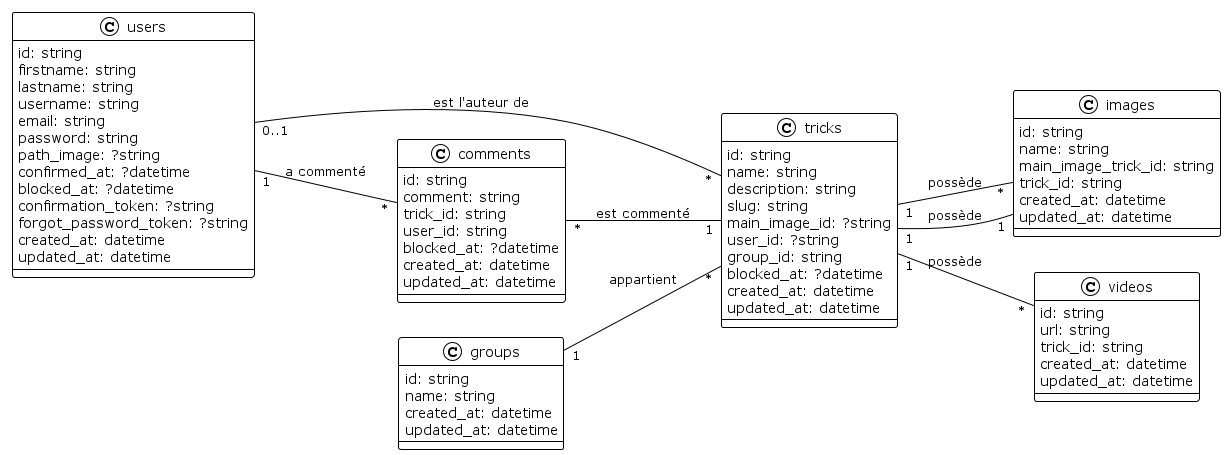
This is diagrammes/DataModel/data-model.png from davy-beauzil/p6-snowtricks, a PlantUML export, as it was before one commit. The source it was exported from:
```plantuml
@startuml

!theme plain
left to right direction

class tricks {
    id: string
    name: string
    description: string
    slug: string
    main_image_id: ?string
    user_id: ?string
    group_id: string
    blocked_at: ?datetime
    created_at: datetime
    updated_at: datetime
}

class images {
    id: string
    name: string
    main_image_trick_id: string
    trick_id: string
    created_at: datetime
    updated_at: datetime
}

class videos {
    id: string
    url: string
    trick_id: string
    created_at: datetime
    updated_at: datetime
}

class comments {
    id: string
    comment: string
    trick_id: string
    user_id: string
    blocked_at: ?datetime
    created_at: datetime
    updated_at: datetime
}

class groups {
    id: string
    name: string
    created_at: datetime
    updated_at: datetime
}

class users {
    id: string
    firstname: string
    lastname: string
    username: string
    email: string
    password: string
    path_image: ?string
    confirmed_at: ?datetime
    blocked_at: ?datetime
    confirmation_token: ?string
    forgot_password_token: ?string
    created_at: datetime
    updated_at: datetime
}

tricks "1" -- "*" images : possède
tricks "1" -- "1" images : possède
tricks "1" -- "*" videos : possède
groups "1" -- "*" tricks : appartient
users "1" -- "*" comments : a commenté
comments "*" -- "1" tricks : est commenté
users "0..1" -- "*" tricks : est l'auteur de

@enduml
```
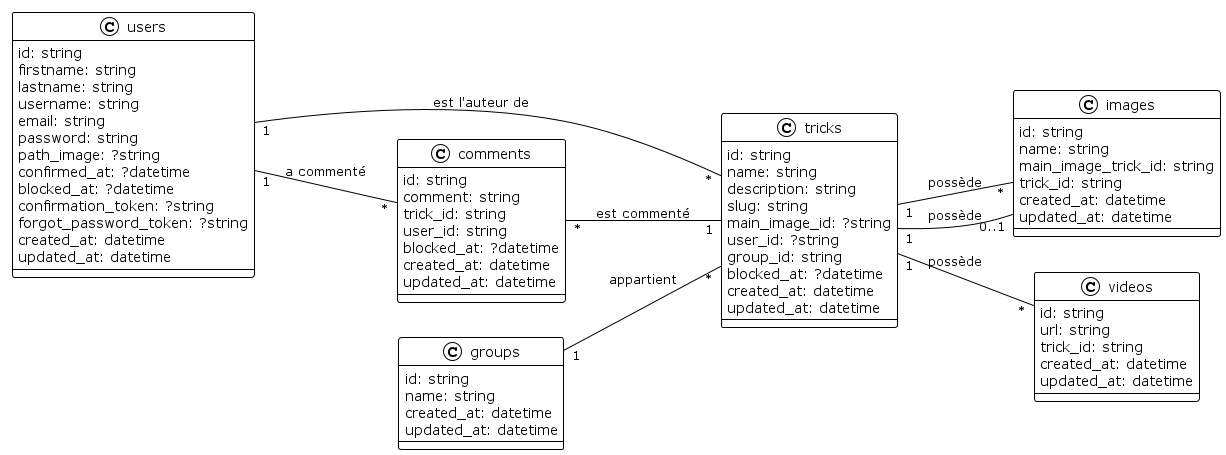
The same file after the commit.

What changed in the source:
```diff
@@ -67,11 +67,11 @@
 }
 
 tricks "1" -- "*" images : possède
-tricks "1" -- "1" images : possède
+tricks "1" -- "0..1" images : possède
 tricks "1" -- "*" videos : possède
 groups "1" -- "*" tricks : appartient
 users "1" -- "*" comments : a commenté
 comments "*" -- "1" tricks : est commenté
-users "0..1" -- "*" tricks : est l'auteur de
+users "1" -- "*" tricks : est l'auteur de
 
 @enduml
```
